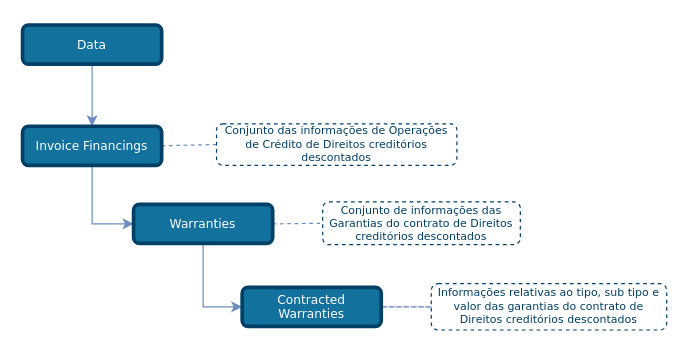
Before: draw_io_diagrams/invoice_financings/TLD_InvoiceFinancings_Warranties.drawio in OpenBanking-Brasil/areadesenvolvedor, a draw.io diagram. Source tidied: cells renumbered, new cells numbered last; positions are measured from the earlier drawing's top-left corner, leaving out a move shared by most shapes. Both pictures are drawn from the tidied source at 122%, with x=0, y=0 at pixel (22, 24).
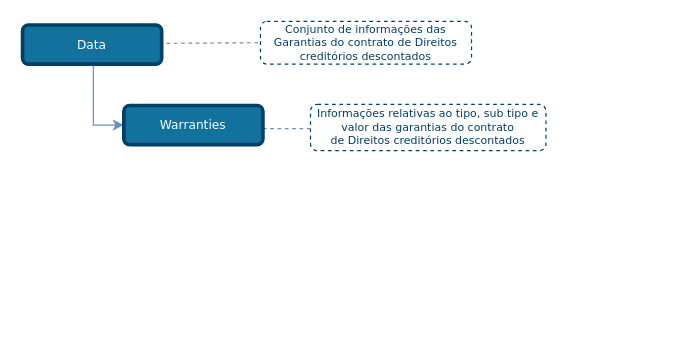
After the change.

What changed in the source:
```diff
@@
 <mxGraphModel>
   <root>
     <mxCell id="0" />
     <mxCell id="1" parent="0" />
-    <mxCell id="2" style="edgeStyle=none;rounded=1;jettySize=auto;html=1;entryX=0;entryY=0.5;entryDx=0;entryDy=0;dashed=1;endArrow=none;endFill=0;endSize=6;strokeColor=#6C8EBF;exitX=1;exitY=0.5;exitDx=0;exitDy=0;" parent="1" edge="1" source="14" target="8">
-      <mxGeometry relative="1" as="geometry" />
+    <mxCell id="2" style="edgeStyle=none;rounded=1;jettySize=auto;html=1;entryX=0;entryY=0.5;entryDx=0;entryDy=0;dashed=1;endArrow=none;endFill=0;endSize=6;strokeColor=#6C8EBF;" parent="1" edge="1" target="8">
+      <mxGeometry relative="1" as="geometry">
+        <mxPoint x="118" y="15" as="sourcePoint" />
+      </mxGeometry>
     </mxCell>
-    <mxCell id="3" style="edgeStyle=orthogonalEdgeStyle;rounded=0;jettySize=auto;html=1;entryX=0.5;entryY=0;entryDx=0;entryDy=0;endSize=6;fillColor=#dae8fc;strokeColor=#6c8ebf;comic=0;shadow=0;backgroundOutline=0;snapToPoint=0;fixDash=0;endArrow=classic;endFill=1;exitX=0.5;exitY=1;exitDx=0;exitDy=0;" parent="1" edge="1" source="12" target="6">
-      <mxGeometry relative="1" as="geometry" />
-    </mxCell>
-    <mxCell id="4" style="edgeStyle=orthogonalEdgeStyle;rounded=0;jettySize=auto;html=1;exitX=0.5;exitY=1;exitDx=0;exitDy=0;entryX=0;entryY=0.5;entryDx=0;entryDy=0;strokeColor=#6C8EBF;endArrow=classic;endFill=1;" parent="1" edge="1" source="6" target="14">
-      <mxGeometry relative="1" as="geometry" />
+    <mxCell id="4" style="edgeStyle=orthogonalEdgeStyle;rounded=0;jettySize=auto;html=1;exitX=0.5;exitY=1;exitDx=0;exitDy=0;entryX=0;entryY=0.5;entryDx=0;entryDy=0;strokeColor=#6C8EBF;endArrow=classic;endFill=1;" parent="1" edge="1" source="12" target="14">
+      <mxGeometry relative="1" as="geometry">
+        <Array as="points">
+          <mxPoint x="58" y="32" />
+          <mxPoint x="58" y="82" />
+        </Array>
+      </mxGeometry>
     </mxCell>
-    <mxCell id="5" style="edgeStyle=none;rounded=1;jettySize=auto;html=1;exitX=1;exitY=0.5;exitDx=0;exitDy=0;entryX=0;entryY=0.5;entryDx=0;entryDy=0;dashed=1;endArrow=none;endFill=0;endSize=6;strokeColor=#6C8EBF;" parent="1" edge="1" source="6" target="7">
-      <mxGeometry relative="1" as="geometry" />
-    </mxCell>
-    <mxCell id="6" value="Invoice Financings" style="rounded=1;whiteSpace=wrap;html=1;comic=0;shadow=0;backgroundOutline=0;snapToPoint=0;fixDash=0;strokeWidth=3;fontFamily=Verdana;fontStyle=0;labelBackgroundColor=none;labelBorderColor=none;fontSize=10;fillColor=#13719E;strokeColor=#003F66;fontColor=#ffffff;" parent="1" vertex="1">
-      <mxGeometry y="83" width="114" height="32" as="geometry" />
-    </mxCell>
-    <mxCell id="7" value="&lt;font style=&quot;font-size: 9px&quot;&gt;Conjunto das informações de Operações de Crédito de Direitos creditórios descontados&lt;/font&gt;" style="rounded=1;whiteSpace=wrap;html=1;shadow=0;comic=0;strokeColor=#003F66;strokeWidth=1;fillColor=#ffffff;fontFamily=Verdana;fontSize=9;fontColor=#003F66;dashed=1;spacingLeft=5;spacing=0;spacingRight=5;spacingBottom=5;spacingTop=5;align=center;verticalAlign=middle;gradientColor=#ffffff;" parent="1" vertex="1">
-      <mxGeometry x="159" y="81" width="197" height="34" as="geometry" />
-    </mxCell>
     <mxCell id="8" value="&lt;font style=&quot;font-size: 9px&quot;&gt;Conjunto de informações das Garantias do contrato de Direitos creditórios descontados&lt;/font&gt;" style="rounded=1;whiteSpace=wrap;html=1;shadow=0;comic=0;strokeColor=#003F66;strokeWidth=1;fillColor=#ffffff;fontFamily=Verdana;fontSize=9;fontColor=#003F66;dashed=1;spacingLeft=5;spacing=0;spacingRight=5;spacingBottom=5;spacingTop=5;align=center;verticalAlign=middle;gradientColor=#ffffff;" parent="1" vertex="1">
-      <mxGeometry x="246" y="145" width="162" height="35" as="geometry" />
+      <mxGeometry x="195" y="-3" width="173" height="35" as="geometry" />
     </mxCell>
-    <mxCell id="9" style="edgeStyle=none;rounded=1;jettySize=auto;html=1;entryX=0;entryY=0.5;entryDx=0;entryDy=0;dashed=1;endArrow=none;endFill=0;endSize=6;strokeColor=#6C8EBF;exitX=1;exitY=0.5;exitDx=0;exitDy=0;" parent="1" edge="1" source="15" target="10">
-      <mxGeometry relative="1" as="geometry" />
-    </mxCell>
-    <mxCell id="10" value="&lt;font style=&quot;font-size: 9px&quot;&gt;Informações relativas ao tipo, sub tipo e valor das garantias do contrato de Direitos creditórios descontados&lt;/font&gt;" style="rounded=1;whiteSpace=wrap;html=1;shadow=0;comic=0;strokeColor=#003F66;strokeWidth=1;fillColor=#ffffff;fontFamily=Verdana;fontSize=9;fontColor=#003F66;dashed=1;spacingLeft=5;spacing=0;spacingRight=5;spacingBottom=5;spacingTop=5;align=center;verticalAlign=middle;gradientColor=#ffffff;" parent="1" vertex="1">
-      <mxGeometry x="335" y="212" width="193" height="38" as="geometry" />
+    <mxCell id="10" value="&lt;font style=&quot;font-size: 9px&quot;&gt;Informações relativas ao tipo, sub tipo e valor das garantias do contrato de&amp;nbsp;&lt;/font&gt;Direitos creditórios descontados" style="rounded=1;whiteSpace=wrap;html=1;shadow=0;comic=0;strokeColor=#003F66;strokeWidth=1;fillColor=#ffffff;fontFamily=Verdana;fontSize=9;fontColor=#003F66;dashed=1;spacingLeft=5;spacing=0;spacingRight=5;spacingBottom=5;spacingTop=5;align=center;verticalAlign=middle;gradientColor=#ffffff;" parent="1" vertex="1">
+      <mxGeometry x="236" y="65" width="193" height="38" as="geometry" />
     </mxCell>
-    <mxCell id="11" style="edgeStyle=orthogonalEdgeStyle;rounded=0;jettySize=auto;html=1;exitX=0.5;exitY=1;exitDx=0;exitDy=0;entryX=0;entryY=0.5;entryDx=0;entryDy=0;strokeColor=#6C8EBF;endArrow=classic;endFill=1;" parent="1" edge="1" source="14" target="15">
-      <mxGeometry relative="1" as="geometry" />
-    </mxCell>
     <mxCell id="12" value="Data" style="rounded=1;whiteSpace=wrap;html=1;comic=0;shadow=0;backgroundOutline=0;snapToPoint=0;fixDash=0;strokeWidth=3;fontFamily=Verdana;fontStyle=0;labelBackgroundColor=none;labelBorderColor=none;fontSize=10;fillColor=#13719E;strokeColor=#003F66;fontColor=#ffffff;" parent="1" vertex="1">
       <mxGeometry width="114" height="32" as="geometry" />
     </mxCell>
     <mxCell id="13" style="edgeStyle=none;rounded=1;orthogonalLoop=1;jettySize=auto;html=1;entryX=0;entryY=0.5;entryDx=0;entryDy=0;dashed=1;endArrow=none;endFill=0;endSize=6;strokeColor=#6C8EBF;exitX=1;exitY=0.5;exitDx=0;exitDy=0;" parent="1" edge="1">
       <mxGeometry relative="1" as="geometry">
-        <mxPoint x="296" y="231" as="sourcePoint" />
-        <mxPoint x="337" y="231" as="targetPoint" />
+        <mxPoint x="197" y="85" as="sourcePoint" />
+        <mxPoint x="238" y="85" as="targetPoint" />
       </mxGeometry>
     </mxCell>
     <mxCell id="14" value="Warranties" style="rounded=1;whiteSpace=wrap;html=1;comic=0;shadow=0;backgroundOutline=0;snapToPoint=0;fixDash=0;strokeWidth=3;fontFamily=Verdana;fontStyle=0;labelBackgroundColor=none;labelBorderColor=none;fontSize=10;fillColor=#13719E;strokeColor=#003F66;fontColor=#ffffff;" parent="1" vertex="1">
-      <mxGeometry x="91" y="147" width="114" height="32" as="geometry" />
+      <mxGeometry x="83" y="66" width="114" height="32" as="geometry" />
     </mxCell>
-    <mxCell id="15" value="Contracted Warranties" style="rounded=1;whiteSpace=wrap;html=1;comic=0;shadow=0;backgroundOutline=0;snapToPoint=0;fixDash=0;strokeWidth=3;fontFamily=Verdana;fontStyle=0;labelBackgroundColor=none;labelBorderColor=none;fontSize=10;fillColor=#13719E;strokeColor=#003F66;fontColor=#ffffff;" parent="1" vertex="1">
-      <mxGeometry x="180" y="215" width="114" height="32" as="geometry" />
-    </mxCell>
   </root>
 </mxGraphModel>
```
